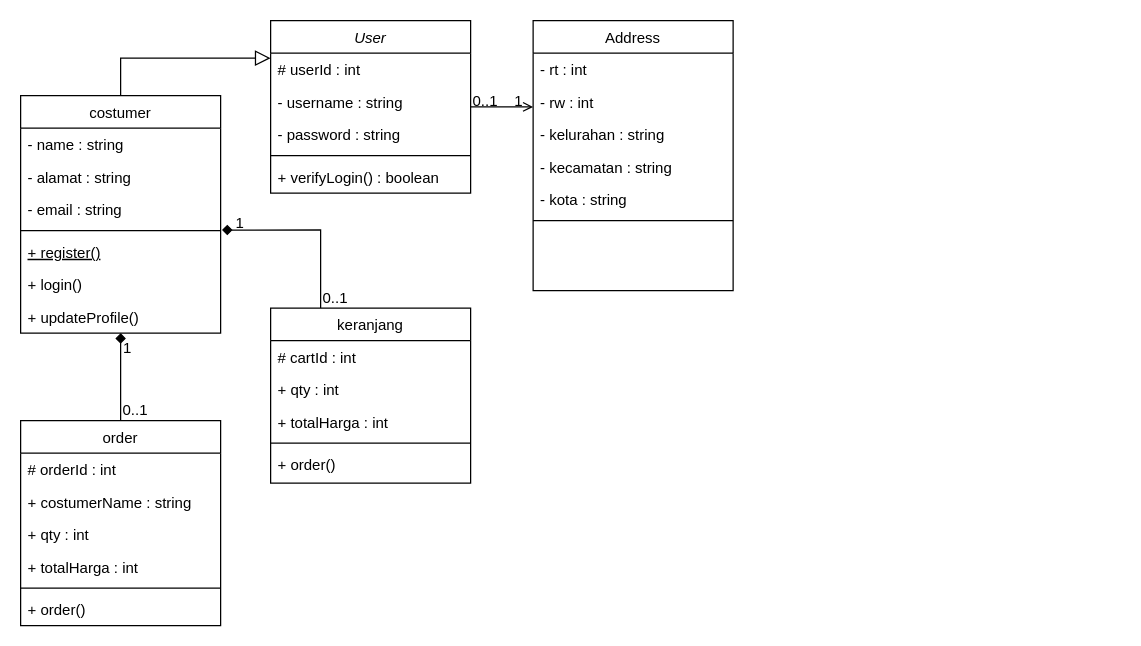
mulqi/restaurant-backEnd keeps this draw.io diagram as Untitled Diagram.drawio. Above is the earlier version. Source tidied: cells renumbered, new cells numbered last; positions are measured from the earlier drawing's top-left corner, leaving out a move shared by most shapes. Both pictures are drawn from the tidied source at 125%, with x=0, y=0 at pixel (20, 20).
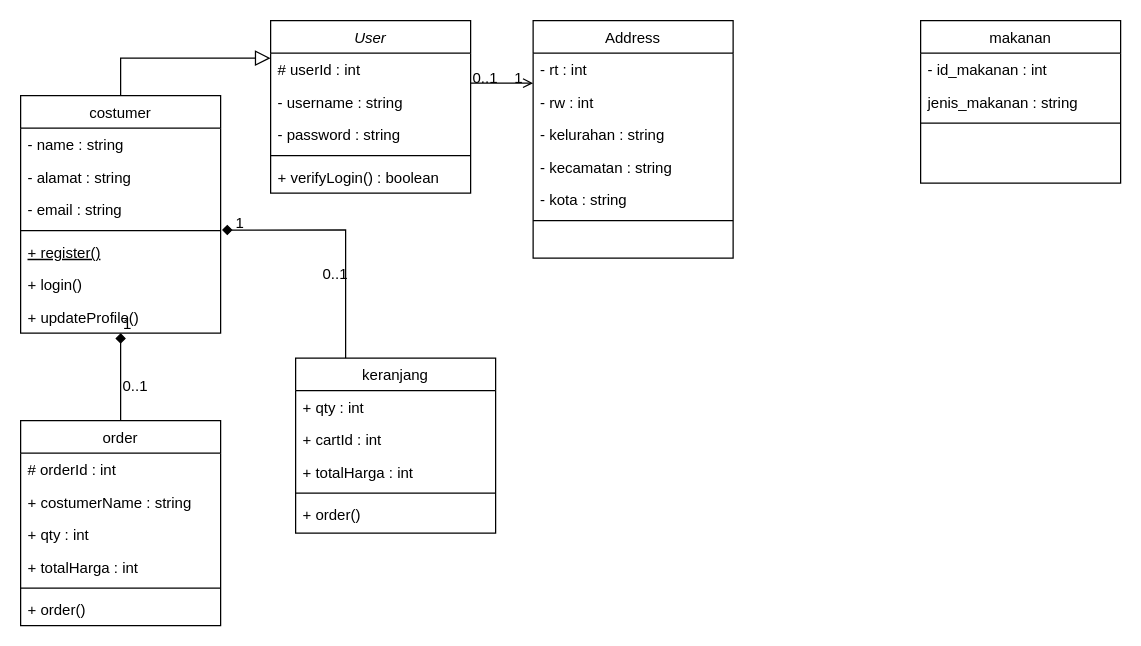
The same diagram, later.

The change refers to these unchanged cells:
```xml
<mxCell id="2" value="User" style="swimlane;fontStyle=2;align=center;verticalAlign=top;horizontal=1;startSize=26;rounded=0;shadow=0;strokeWidth=1;" parent="1" vertex="1">
  <mxGeometry x="200" width="160" height="138" as="geometry" />
</mxCell>
```

What changed in the source:
```diff
@@
     <mxCell id="17" value="Address" style="swimlane;fontStyle=0;align=center;verticalAlign=top;horizontal=1;startSize=26;rounded=0;shadow=0;strokeWidth=1;" parent="1" vertex="1">
-      <mxGeometry x="410" width="160" height="216" as="geometry" />
+      <mxGeometry x="410" width="160" height="190" as="geometry" />
     </mxCell>
@@
     <mxCell id="24" style="endArrow=open;shadow=0;strokeWidth=1;rounded=0;endFill=1;edgeStyle=elbowEdgeStyle;elbow=vertical;" parent="1" edge="1" source="2" target="17">
       <mxGeometry x="0.5" y="41" relative="1" as="geometry">
+        <Array as="points">
+          <mxPoint x="385" y="50" />
+        </Array>
         <mxPoint x="-40" y="32" as="offset" />
       </mxGeometry>
     </mxCell>
@@
     <mxCell id="30" value="1" style="align=right;verticalAlign=bottom;labelBackgroundColor=none;fontSize=12;" parent="24" vertex="1">
       <mxGeometry x="1" relative="1" as="geometry">
-        <mxPoint x="-230" y="101" as="offset" />
+        <mxPoint x="-230" y="120" as="offset" />
       </mxGeometry>
     </mxCell>
@@
     <mxCell id="40" value="keranjang" style="swimlane;fontStyle=0;align=center;verticalAlign=top;horizontal=1;startSize=26;rounded=0;shadow=0;strokeWidth=1;" parent="1" vertex="1">
-      <mxGeometry x="200" y="230" width="160" height="140" as="geometry" />
+      <mxGeometry x="220" y="270" width="160" height="140" as="geometry" />
     </mxCell>
+    <mxCell id="42" value="+ qty : int" style="text;align=left;verticalAlign=top;spacingLeft=4;spacingRight=4;overflow=hidden;" parent="40" vertex="1">
+      <mxGeometry y="26" width="160" height="26" as="geometry" />
+    </mxCell>
-    <mxCell id="41" value="# cartId : int" style="text;align=left;verticalAlign=top;spacingLeft=4;spacingRight=4;overflow=hidden;" parent="40" vertex="1">
-      <mxGeometry y="26" width="160" height="26" as="geometry" />
+    <mxCell id="41" value="+ cartId : int" style="text;align=left;verticalAlign=top;spacingLeft=4;spacingRight=4;overflow=hidden;" parent="40" vertex="1">
+      <mxGeometry y="52" width="160" height="26" as="geometry" />
     </mxCell>
-    <mxCell id="42" value="+ qty : int" style="text;align=left;verticalAlign=top;spacingLeft=4;spacingRight=4;overflow=hidden;" parent="40" vertex="1">
-      <mxGeometry y="52" width="160" height="26" as="geometry" />
-    </mxCell>
@@
+    <mxCell id="46" value="makanan" style="swimlane;fontStyle=0;align=center;verticalAlign=top;horizontal=1;startSize=26;rounded=0;shadow=0;strokeWidth=1;" parent="1" vertex="1">
+      <mxGeometry x="720" width="160" height="130" as="geometry" />
+    </mxCell>
+    <mxCell id="47" value="- id_makanan : int" style="text;align=left;verticalAlign=top;spacingLeft=4;spacingRight=4;overflow=hidden;" parent="46" vertex="1">
+      <mxGeometry y="26" width="160" height="26" as="geometry" />
+    </mxCell>
+    <mxCell id="48" value="jenis_makanan : string&#10;" style="text;align=left;verticalAlign=top;spacingLeft=4;spacingRight=4;overflow=hidden;rounded=0;shadow=0;html=0;" parent="46" vertex="1">
+      <mxGeometry y="52" width="160" height="26" as="geometry" />
+    </mxCell>
+    <mxCell id="49" style="line;html=1;strokeWidth=1;align=left;verticalAlign=middle;spacingTop=-1;spacingLeft=3;spacingRight=3;labelPosition=right;" parent="46" vertex="1">
+      <mxGeometry y="78" width="160" height="8" as="geometry" />
+    </mxCell>
```
